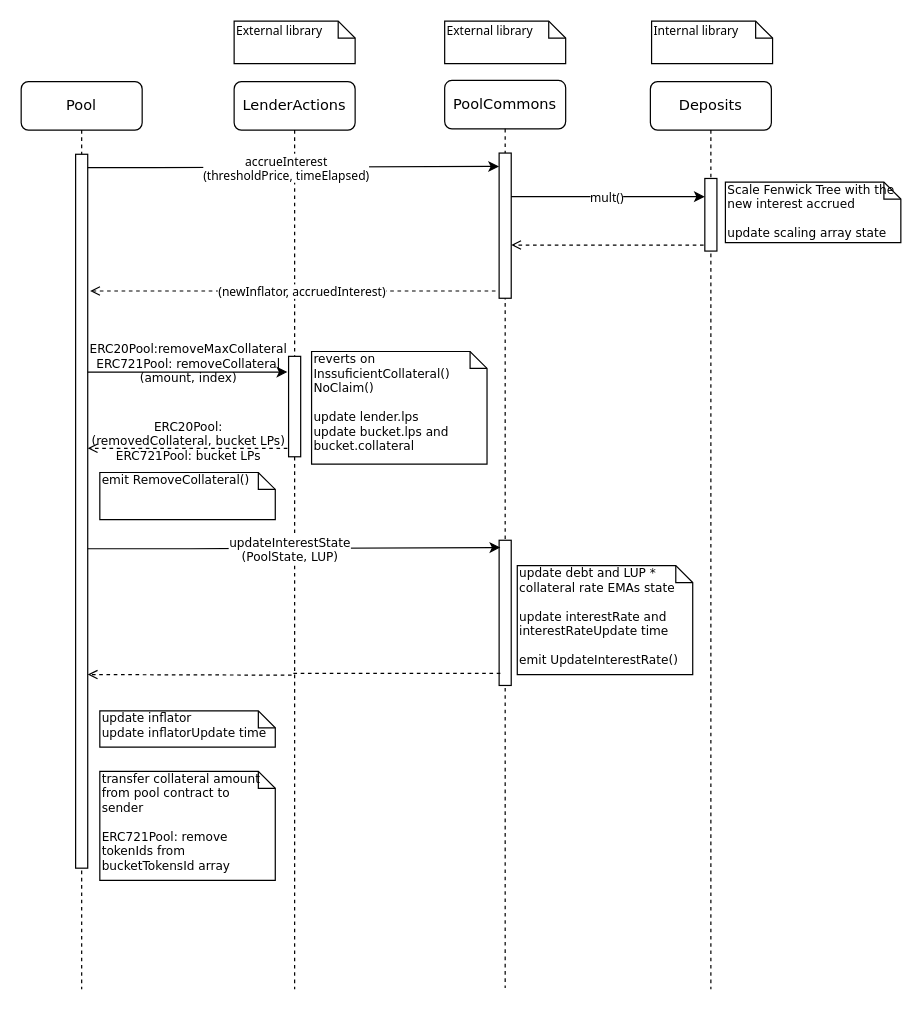
Earlier version of the draw.io diagram docs/drawio/removeCollateral.drawio (ajna-finance/ajna-core). Source tidied: cells renumbered, new cells numbered last; positions are measured from the earlier drawing's top-left corner, leaving out a move shared by most shapes. Both pictures are drawn from the tidied source at 121%, with x=0, y=0 at pixel (21, 21).
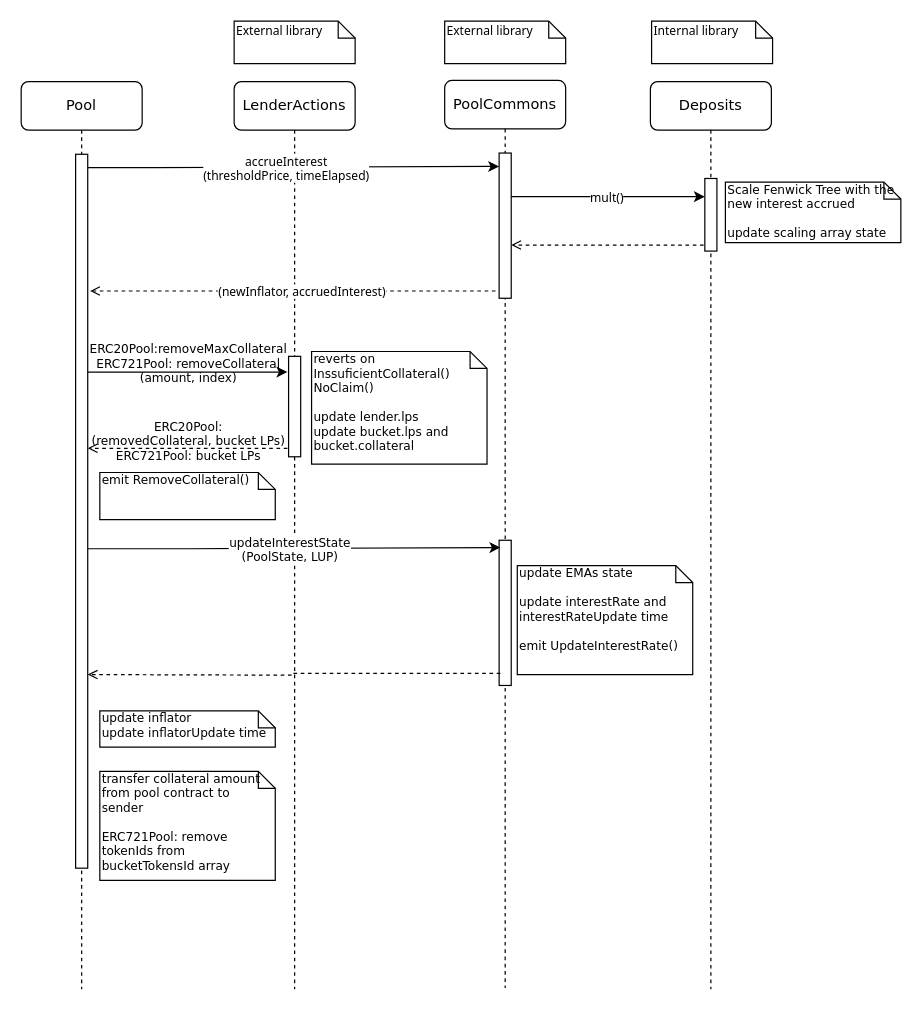
The same diagram, later.

Change to the diagram source:
```diff
@@
-    <mxCell id="29" value="&lt;div&gt;update debt and LUP * collateral rate EMAs state&lt;/div&gt;&lt;div&gt;&lt;br&gt;&lt;/div&gt;&lt;div&gt;update interestRate and interestRateUpdate time&lt;br&gt;&lt;/div&gt;&lt;div&gt;&lt;br&gt;&lt;/div&gt;&lt;div&gt;emit UpdateInterestRate()&lt;br&gt;&lt;/div&gt;" style="shape=note;whiteSpace=wrap;html=1;size=14;verticalAlign=top;align=left;spacingTop=-6;rounded=0;shadow=0;comic=0;labelBackgroundColor=none;strokeWidth=1;fontFamily=Verdana;fontSize=10;" parent="1" vertex="1">
+    <mxCell id="29" value="&lt;div&gt;update EMAs state&lt;/div&gt;&lt;div&gt;&lt;br&gt;&lt;/div&gt;&lt;div&gt;update interestRate and interestRateUpdate time&lt;br&gt;&lt;/div&gt;&lt;div&gt;&lt;br&gt;&lt;/div&gt;&lt;div&gt;emit UpdateInterestRate()&lt;br&gt;&lt;/div&gt;" style="shape=note;whiteSpace=wrap;html=1;size=14;verticalAlign=top;align=left;spacingTop=-6;rounded=0;shadow=0;comic=0;labelBackgroundColor=none;strokeWidth=1;fontFamily=Verdana;fontSize=10;" parent="1" vertex="1">
       <mxGeometry x="410" y="450" width="145" height="90" as="geometry" />
     </mxCell>
```
